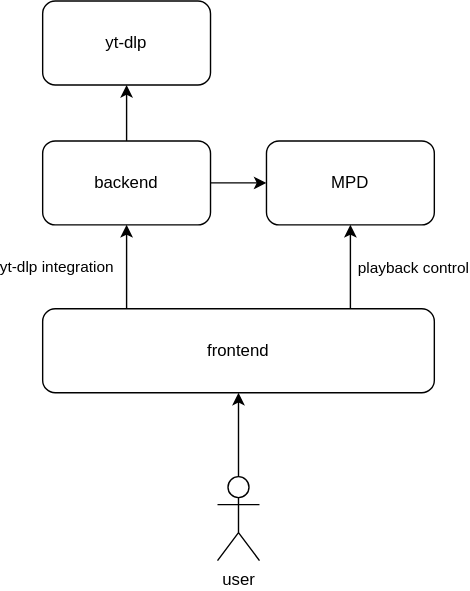
This is sanic.drawio.svg from cccb/sanic, a draw.io export, as it was before one commit. Source tidied: cells renumbered, new cells last; positions are measured from the earlier drawing's top-left corner, leaving out a move shared by most shapes.
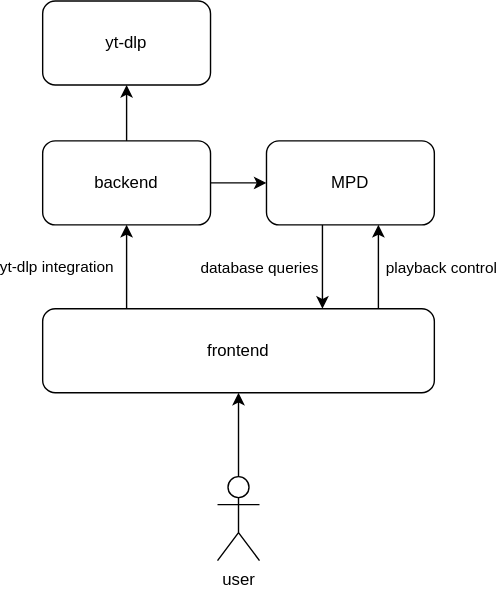
The same diagram one commit later.

The edit, as a diff of the source:
```diff
@@ -11,14 +11,27 @@
     <mxCell id="4" value="backend" style="rounded=1;whiteSpace=wrap;html=1;" parent="1" vertex="1">
       <mxGeometry y="100" width="120" height="60" as="geometry" />
     </mxCell>
+    <mxCell id="14" style="edgeStyle=orthogonalEdgeStyle;rounded=0;jettySize=auto;html=1;" parent="1" edge="1" source="5" target="10">
+      <mxGeometry relative="1" as="geometry">
+        <Array as="points">
+          <mxPoint x="200" y="210" />
+          <mxPoint x="200" y="210" />
+        </Array>
+      </mxGeometry>
+    </mxCell>
+    <mxCell id="15" value="database queries" style="edgeLabel;html=1;align=center;verticalAlign=middle;" parent="14" vertex="1">
+      <mxGeometry x="-0.22" y="-2" relative="1" as="geometry">
+        <mxPoint x="-43" y="7" as="offset" />
+      </mxGeometry>
+    </mxCell>
     <mxCell id="5" value="MPD" style="rounded=1;whiteSpace=wrap;html=1;" parent="1" vertex="1">
       <mxGeometry x="160" y="100" width="120" height="60" as="geometry" />
     </mxCell>
     <mxCell id="6" style="edgeStyle=orthogonalEdgeStyle;rounded=0;jettySize=auto;html=1;" parent="1" edge="1" source="10" target="5">
       <mxGeometry relative="1" as="geometry">
         <Array as="points">
-          <mxPoint x="220" y="200" />
-          <mxPoint x="220" y="200" />
+          <mxPoint x="240" y="190" />
+          <mxPoint x="240" y="190" />
         </Array>
       </mxGeometry>
     </mxCell>
```
